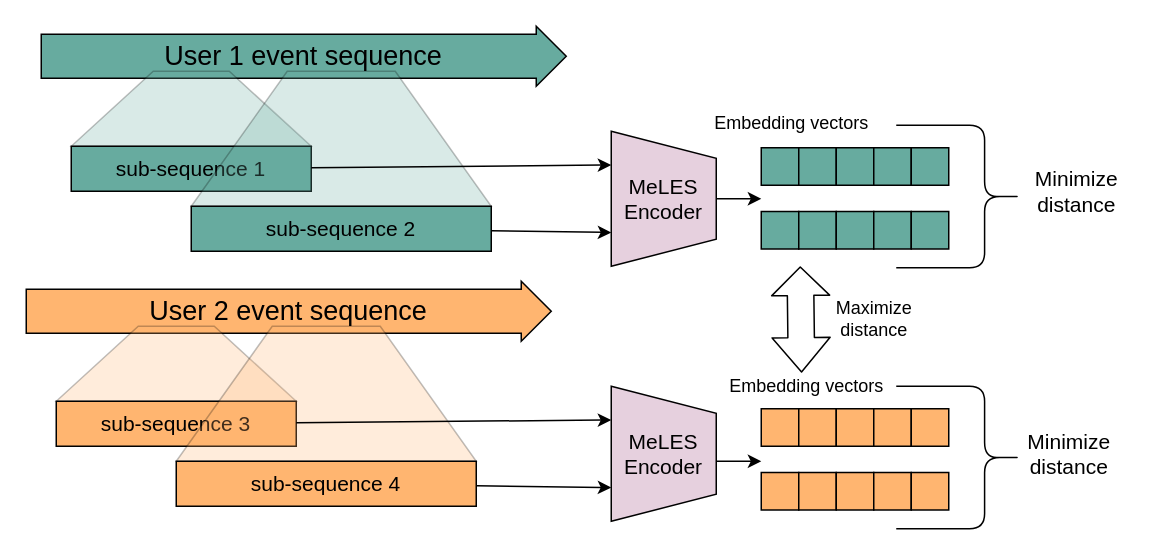
The draw.io diagram figures/arch-v2.drawio in dllllb/coles-paper-txt, before the edit. Source tidied: cells renumbered, new cells numbered last; positions are measured from the earlier drawing's top-left corner, leaving out a move shared by most shapes. Both pictures are drawn from the tidied source at 150%, with x=0, y=0 at pixel (26, 26).
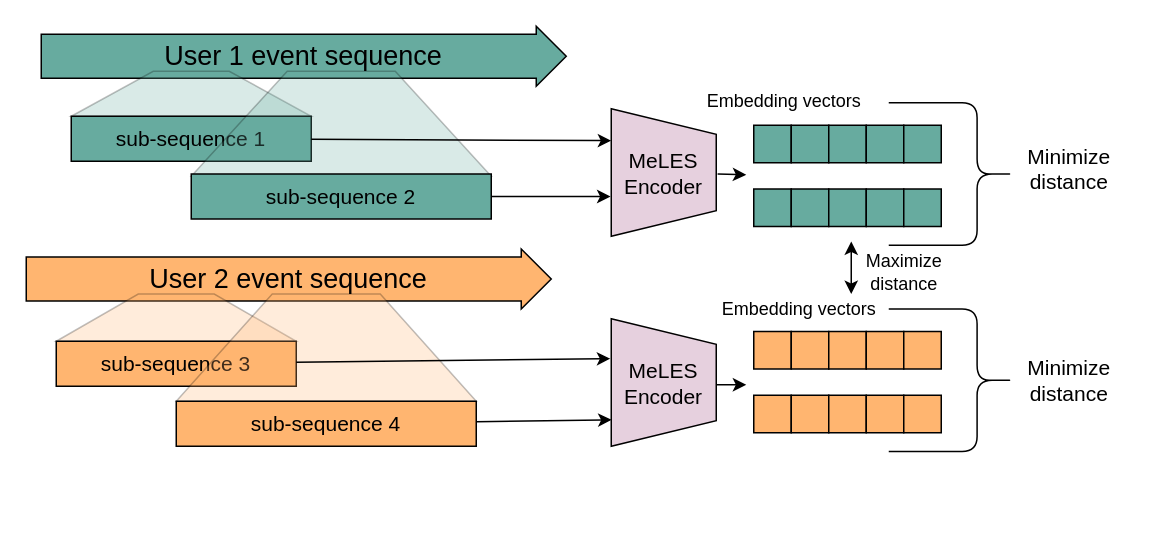
The same diagram, later.

Commit message (it also covers changes not shown here):
smaller diagram

The edit, as a diff of the source:
```diff
@@
     <mxCell id="3" style="shape=trapezoid;perimeter=trapezoidPerimeter;whiteSpace=wrap;html=1;fillColor=#67AB9F;size=0.3416666666666667;opacity=25;shadow=0;" parent="1" vertex="1">
-      <mxGeometry x="30" y="30" width="160" height="50" as="geometry" />
+      <mxGeometry x="30" y="30" width="160" height="30" as="geometry" />
     </mxCell>
     <mxCell id="4" value="&lt;font style=&quot;font-size: 14px&quot;&gt;sub-sequence 1&lt;/font&gt;" style="rounded=0;whiteSpace=wrap;html=1;fillColor=#67AB9F;shadow=0;" parent="1" vertex="1">
-      <mxGeometry x="30" y="80" width="160" height="30" as="geometry" />
+      <mxGeometry x="30" y="60" width="160" height="30" as="geometry" />
     </mxCell>
     <mxCell id="5" style="shape=trapezoid;perimeter=trapezoidPerimeter;whiteSpace=wrap;html=1;fillColor=#67AB9F;size=0.32;opacity=25;shadow=0;" parent="1" vertex="1">
-      <mxGeometry x="110" y="30" width="200" height="90" as="geometry" />
+      <mxGeometry x="110" y="30" width="200" height="70" as="geometry" />
     </mxCell>
     <mxCell id="6" value="&lt;span style=&quot;font-size: 14px ; white-space: normal&quot;&gt;sub-sequence 2&lt;/span&gt;" style="rounded=0;whiteSpace=wrap;html=1;fillColor=#67AB9F;shadow=0;" parent="1" vertex="1">
-      <mxGeometry x="110" y="120" width="200" height="30" as="geometry" />
+      <mxGeometry x="110" y="98.5" width="200" height="30" as="geometry" />
     </mxCell>
     <mxCell id="7" value="&lt;font style=&quot;font-size: 14px&quot;&gt;MeLES&lt;br&gt;Encoder&lt;/font&gt;" style="shape=trapezoid;perimeter=trapezoidPerimeter;whiteSpace=wrap;html=1;fillColor=#E6D0DE;direction=south;" parent="1" vertex="1">
-      <mxGeometry x="390" y="70" width="70" height="90" as="geometry" />
+      <mxGeometry x="390" y="55" width="70" height="85" as="geometry" />
     </mxCell>
-    <mxCell id="8" style="endArrow=classic;html=1;entryX=0.25;entryY=1;entryDx=0;entryDy=0;" parent="1" edge="1" source="4" target="7">
+    <mxCell id="8" style="endArrow=classic;html=1;entryX=0.25;entryY=1;entryDx=0;entryDy=0;jumpStyle=none;" parent="1" edge="1" source="4" target="7">
       <mxGeometry relative="1" as="geometry" />
     </mxCell>
-    <mxCell id="9" style="endArrow=classic;html=1;entryX=0.75;entryY=1;entryDx=0;entryDy=0;" parent="1" edge="1" source="6" target="7">
+    <mxCell id="9" style="endArrow=classic;html=1;exitX=1;exitY=0.5;exitDx=0;exitDy=0;entryX=0.688;entryY=1.007;entryDx=0;entryDy=0;entryPerimeter=0;" parent="1" edge="1" source="6" target="7">
       <mxGeometry relative="1" as="geometry" />
     </mxCell>
     <mxCell id="10" style="whiteSpace=wrap;html=1;fillColor=#67AB9F;" parent="1" vertex="1">
-      <mxGeometry x="490" y="81" width="25" height="25" as="geometry" />
+      <mxGeometry x="485" y="66" width="25" height="25" as="geometry" />
     </mxCell>
     <mxCell id="11" style="whiteSpace=wrap;html=1;fillColor=#67AB9F;" parent="1" vertex="1">
-      <mxGeometry x="515" y="81" width="25" height="25" as="geometry" />
+      <mxGeometry x="510" y="66" width="25" height="25" as="geometry" />
     </mxCell>
     <mxCell id="12" style="whiteSpace=wrap;html=1;fillColor=#67AB9F;" parent="1" vertex="1">
-      <mxGeometry x="540" y="81" width="25" height="25" as="geometry" />
+      <mxGeometry x="535" y="66" width="25" height="25" as="geometry" />
     </mxCell>
     <mxCell id="13" style="whiteSpace=wrap;html=1;fillColor=#67AB9F;" parent="1" vertex="1">
-      <mxGeometry x="565" y="81" width="25" height="25" as="geometry" />
+      <mxGeometry x="560" y="66" width="25" height="25" as="geometry" />
     </mxCell>
     <mxCell id="14" style="whiteSpace=wrap;html=1;fillColor=#67AB9F;" parent="1" vertex="1">
-      <mxGeometry x="590" y="81" width="25" height="25" as="geometry" />
+      <mxGeometry x="585" y="66" width="25" height="25" as="geometry" />
     </mxCell>
     <mxCell id="15" style="whiteSpace=wrap;html=1;fillColor=#67AB9F;" parent="1" vertex="1">
-      <mxGeometry x="490" y="123.5" width="25" height="25" as="geometry" />
+      <mxGeometry x="485" y="108.5" width="25" height="25" as="geometry" />
     </mxCell>
     <mxCell id="16" style="whiteSpace=wrap;html=1;fillColor=#67AB9F;" parent="1" vertex="1">
-      <mxGeometry x="515" y="123.5" width="25" height="25" as="geometry" />
+      <mxGeometry x="510" y="108.5" width="25" height="25" as="geometry" />
     </mxCell>
     <mxCell id="17" style="whiteSpace=wrap;html=1;fillColor=#67AB9F;" parent="1" vertex="1">
-      <mxGeometry x="540" y="123.5" width="25" height="25" as="geometry" />
+      <mxGeometry x="535" y="108.5" width="25" height="25" as="geometry" />
     </mxCell>
     <mxCell id="18" style="whiteSpace=wrap;html=1;fillColor=#67AB9F;" parent="1" vertex="1">
-      <mxGeometry x="565" y="123.5" width="25" height="25" as="geometry" />
+      <mxGeometry x="560" y="108.5" width="25" height="25" as="geometry" />
     </mxCell>
     <mxCell id="19" style="whiteSpace=wrap;html=1;fillColor=#67AB9F;" parent="1" vertex="1">
-      <mxGeometry x="590" y="123.5" width="25" height="25" as="geometry" />
+      <mxGeometry x="585" y="108.5" width="25" height="25" as="geometry" />
     </mxCell>
     <mxCell id="20" style="shape=curlyBracket;whiteSpace=wrap;html=1;rounded=1;fillColor=#FFCC99;direction=west;size=0.30709939148072785;" parent="1" vertex="1">
-      <mxGeometry x="580" y="66" width="85" height="95" as="geometry" />
+      <mxGeometry x="575" y="51" width="85" height="95" as="geometry" />
     </mxCell>
     <mxCell id="21" value="&lt;font style=&quot;font-size: 18px&quot;&gt;User 2 event sequence&lt;/font&gt;" style="shape=singleArrow;whiteSpace=wrap;html=1;fillColor=#FFB570;arrowWidth=0.7333333333333333;arrowSize=0.05714285714285714;" parent="1" vertex="1">
-      <mxGeometry y="170" width="350" height="40" as="geometry" />
+      <mxGeometry y="148.5" width="350" height="40" as="geometry" />
     </mxCell>
     <mxCell id="22" style="shape=trapezoid;perimeter=trapezoidPerimeter;whiteSpace=wrap;html=1;fillColor=#FFB570;size=0.3416666666666667;opacity=25;" parent="1" vertex="1">
-      <mxGeometry x="20" y="200" width="160" height="50" as="geometry" />
+      <mxGeometry x="20" y="178.5" width="160" height="31.5" as="geometry" />
     </mxCell>
     <mxCell id="23" value="&lt;span style=&quot;font-size: 14px ; white-space: normal&quot;&gt;sub-sequence 3&lt;/span&gt;" style="rounded=0;whiteSpace=wrap;html=1;fillColor=#FFB570;" parent="1" vertex="1">
-      <mxGeometry x="20" y="250" width="160" height="30" as="geometry" />
+      <mxGeometry x="20" y="210" width="160" height="30" as="geometry" />
     </mxCell>
     <mxCell id="24" style="shape=trapezoid;perimeter=trapezoidPerimeter;whiteSpace=wrap;html=1;fillColor=#FFB570;size=0.32;opacity=25;" parent="1" vertex="1">
-      <mxGeometry x="100" y="200" width="200" height="90" as="geometry" />
+      <mxGeometry x="100" y="178.5" width="200" height="71.5" as="geometry" />
     </mxCell>
     <mxCell id="25" value="&lt;span style=&quot;font-size: 14px ; white-space: normal&quot;&gt;sub-sequence 4&lt;/span&gt;" style="rounded=0;whiteSpace=wrap;html=1;fillColor=#FFB570;" parent="1" vertex="1">
-      <mxGeometry x="100" y="290" width="200" height="30" as="geometry" />
+      <mxGeometry x="100" y="250" width="200" height="30" as="geometry" />
     </mxCell>
     <mxCell id="26" value="&lt;font style=&quot;font-size: 14px&quot;&gt;MeLES Encoder&lt;/font&gt;" style="shape=trapezoid;perimeter=trapezoidPerimeter;whiteSpace=wrap;html=1;fillColor=#E6D0DE;direction=south;" parent="1" vertex="1">
-      <mxGeometry x="390" y="240" width="70" height="90" as="geometry" />
+      <mxGeometry x="390" y="195" width="70" height="85" as="geometry" />
     </mxCell>
-    <mxCell id="27" style="endArrow=classic;html=1;entryX=0.25;entryY=1;entryDx=0;entryDy=0;" parent="1" edge="1" source="23" target="26">
+    <mxCell id="27" style="endArrow=classic;html=1;entryX=0.313;entryY=1.009;entryDx=0;entryDy=0;entryPerimeter=0;" parent="1" edge="1" source="23" target="26">
       <mxGeometry relative="1" as="geometry" />
     </mxCell>
-    <mxCell id="28" style="endArrow=classic;html=1;entryX=0.75;entryY=1;entryDx=0;entryDy=0;" parent="1" edge="1" source="25" target="26">
+    <mxCell id="28" style="endArrow=classic;html=1;entryX=0.793;entryY=0.997;entryDx=0;entryDy=0;entryPerimeter=0;" parent="1" edge="1" source="25" target="26">
       <mxGeometry relative="1" as="geometry" />
     </mxCell>
     <mxCell id="29" style="whiteSpace=wrap;html=1;fillColor=#FFB570;" parent="1" vertex="1">
-      <mxGeometry x="490" y="255" width="25" height="25" as="geometry" />
+      <mxGeometry x="485" y="203.5" width="25" height="25" as="geometry" />
     </mxCell>
     <mxCell id="30" style="whiteSpace=wrap;html=1;fillColor=#FFB570;" parent="1" vertex="1">
-      <mxGeometry x="515" y="255" width="25" height="25" as="geometry" />
+      <mxGeometry x="510" y="203.5" width="25" height="25" as="geometry" />
     </mxCell>
     <mxCell id="31" style="whiteSpace=wrap;html=1;fillColor=#FFB570;" parent="1" vertex="1">
-      <mxGeometry x="540" y="255" width="25" height="25" as="geometry" />
+      <mxGeometry x="535" y="203.5" width="25" height="25" as="geometry" />
     </mxCell>
     <mxCell id="32" style="whiteSpace=wrap;html=1;fillColor=#FFB570;" parent="1" vertex="1">
-      <mxGeometry x="565" y="255" width="25" height="25" as="geometry" />
+      <mxGeometry x="560" y="203.5" width="25" height="25" as="geometry" />
     </mxCell>
     <mxCell id="33" style="whiteSpace=wrap;html=1;fillColor=#FFB570;" parent="1" vertex="1">
-      <mxGeometry x="590" y="255" width="25" height="25" as="geometry" />
+      <mxGeometry x="585" y="203.5" width="25" height="25" as="geometry" />
     </mxCell>
     <mxCell id="34" style="whiteSpace=wrap;html=1;fillColor=#FFB570;" parent="1" vertex="1">
-      <mxGeometry x="490" y="297.5" width="25" height="25" as="geometry" />
+      <mxGeometry x="485" y="246" width="25" height="25" as="geometry" />
     </mxCell>
     <mxCell id="35" style="whiteSpace=wrap;html=1;fillColor=#FFB570;" parent="1" vertex="1">
-      <mxGeometry x="515" y="297.5" width="25" height="25" as="geometry" />
+      <mxGeometry x="510" y="246" width="25" height="25" as="geometry" />
     </mxCell>
     <mxCell id="36" style="whiteSpace=wrap;html=1;fillColor=#FFB570;" parent="1" vertex="1">
-      <mxGeometry x="540" y="297.5" width="25" height="25" as="geometry" />
+      <mxGeometry x="535" y="246" width="25" height="25" as="geometry" />
     </mxCell>
     <mxCell id="37" style="whiteSpace=wrap;html=1;fillColor=#FFB570;" parent="1" vertex="1">
-      <mxGeometry x="565" y="297.5" width="25" height="25" as="geometry" />
+      <mxGeometry x="560" y="246" width="25" height="25" as="geometry" />
     </mxCell>
     <mxCell id="38" style="whiteSpace=wrap;html=1;fillColor=#FFB570;" parent="1" vertex="1">
-      <mxGeometry x="590" y="297.5" width="25" height="25" as="geometry" />
+      <mxGeometry x="585" y="246" width="25" height="25" as="geometry" />
     </mxCell>
     <mxCell id="39" value="&lt;font style=&quot;font-size: 14px&quot;&gt;Minimize&lt;br&gt;distance&lt;/font&gt;" style="text;html=1;align=center;verticalAlign=middle;" parent="1" vertex="1">
-      <mxGeometry x="665" y="90" width="70" height="40" as="geometry" />
+      <mxGeometry x="660" y="75" width="70" height="40" as="geometry" />
     </mxCell>
-    <mxCell id="40" style="endArrow=classic;html=1;exitX=0.5;exitY=0;exitDx=0;exitDy=0;" parent="1" edge="1" source="7">
+    <mxCell id="40" style="endArrow=classic;html=1;exitX=0.512;exitY=-0.013;exitDx=0;exitDy=0;anchorPointDirection=1;exitPerimeter=0;" parent="1" edge="1" source="7">
       <mxGeometry relative="1" as="geometry">
-        <mxPoint x="490" y="115" as="targetPoint" />
+        <mxPoint x="480" y="99" as="targetPoint" />
       </mxGeometry>
     </mxCell>
-    <mxCell id="41" style="endArrow=classic;html=1;exitX=0.5;exitY=0;exitDx=0;exitDy=0;" parent="1" edge="1">
+    <mxCell id="41" style="endArrow=classic;html=1;" parent="1" edge="1">
       <mxGeometry relative="1" as="geometry">
-        <mxPoint x="460" y="290" as="sourcePoint" />
-        <mxPoint x="490" y="290" as="targetPoint" />
+        <mxPoint x="460" y="239" as="sourcePoint" />
+        <mxPoint x="480" y="239" as="targetPoint" />
       </mxGeometry>
     </mxCell>
-    <mxCell id="42" style="shape=flexArrow;endArrow=classic;startArrow=classic;html=1;width=17.674418604651162;startSize=7.309302325581395;exitX=0.474;exitY=0.048;exitDx=0;exitDy=0;exitPerimeter=0;" parent="1" edge="1" source="47">
-      <mxGeometry relative="1" as="geometry">
-        <mxPoint x="516" y="160" as="targetPoint" />
-      </mxGeometry>
-    </mxCell>
     <mxCell id="43" value="Maximize&lt;br&gt;distance" style="text;html=1;align=center;verticalAlign=middle;" parent="1" vertex="1">
-      <mxGeometry x="530" y="180" width="70" height="30" as="geometry" />
+      <mxGeometry x="550" y="148.5" width="70" height="30" as="geometry" />
     </mxCell>
     <mxCell id="44" value="&lt;font style=&quot;font-size: 14px&quot;&gt;Minimize&lt;br&gt;distance&lt;/font&gt;" style="text;html=1;align=center;verticalAlign=middle;" parent="1" vertex="1">
-      <mxGeometry x="660" y="265" width="70" height="40" as="geometry" />
+      <mxGeometry x="660" y="216" width="70" height="40" as="geometry" />
     </mxCell>
     <mxCell id="45" style="shape=curlyBracket;whiteSpace=wrap;html=1;rounded=1;fillColor=#FFCC99;direction=west;size=0.30709939148072785;" parent="1" vertex="1">
-      <mxGeometry x="580" y="240" width="85" height="95" as="geometry" />
+      <mxGeometry x="575" y="188.5" width="85" height="95" as="geometry" />
     </mxCell>
     <mxCell id="46" value="Embedding vectors" style="text;html=1;align=center;verticalAlign=middle;" parent="1" vertex="1">
-      <mxGeometry x="450" y="55" width="120" height="20" as="geometry" />
+      <mxGeometry x="445" y="40" width="120" height="20" as="geometry" />
     </mxCell>
     <mxCell id="47" value="Embedding vectors" style="text;html=1;align=center;verticalAlign=middle;points=[];" parent="1" vertex="1">
-      <mxGeometry x="460" y="230" width="120" height="20" as="geometry" />
+      <mxGeometry x="455" y="178.5" width="120" height="20" as="geometry" />
     </mxCell>
+    <mxCell id="48" style="endArrow=classic;startArrow=classic;html=1;" parent="1" edge="1">
+      <mxGeometry relative="1" as="geometry">
+        <mxPoint x="550" y="178.5" as="sourcePoint" />
+        <mxPoint x="550" y="143.5" as="targetPoint" />
+      </mxGeometry>
+    </mxCell>
```
